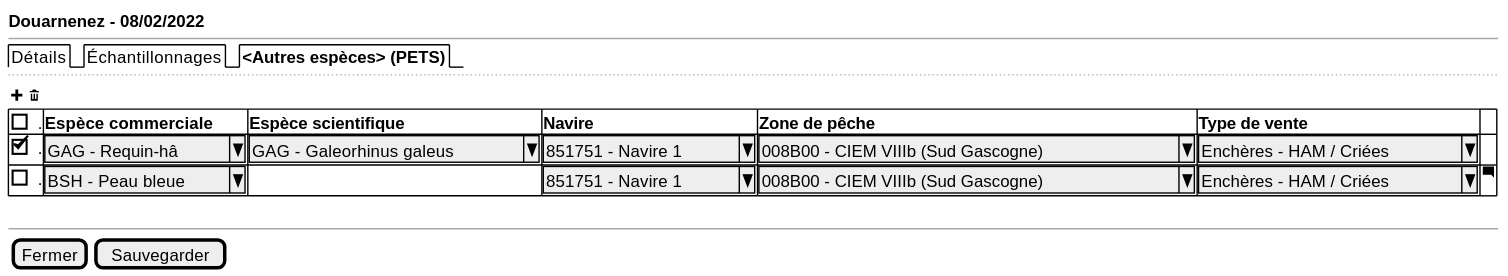
Above: projects/obsvente/spe/images/landings-others-table.svg in sumaris-net/sumaris-doc (PlantUML), before the change.
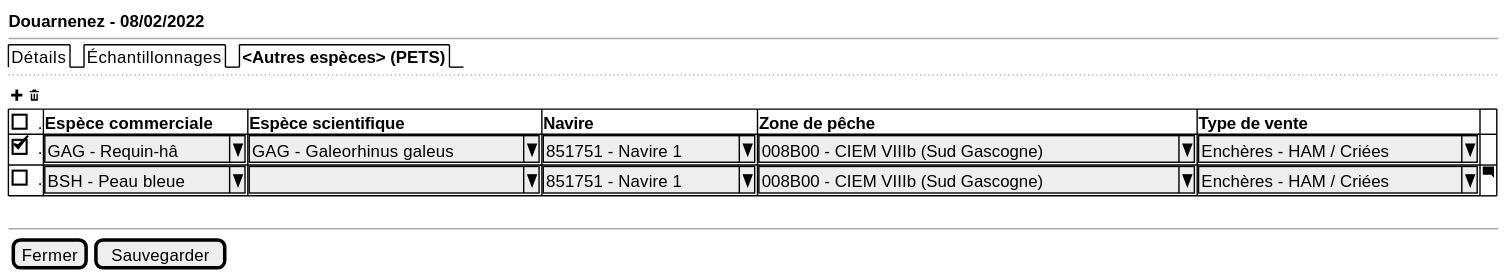
Later version of the same file.

The edit, as a diff of the source:
```diff
@@ -10,7 +10,7 @@
 
       [].| <b>Espèce commerciale | <b>Espèce scientifique  | <b>Navire | <b>Zone de pêche| <b>Type de vente | .
       [X]. | ^GAG - Requin-hâ ^ | ^GAG - Galeorhinus galeus^ | ^851751 - Navire 1^ | ^008B00 - CIEM VIIIb (Sud Gascogne)   ^ | ^Enchères - HAM / Criées^ | .
-      []. | ^BSH - Peau bleue^ | . | ^851751 - Navire 1^ | ^008B00 - CIEM VIIIb (Sud Gascogne)   ^ | ^Enchères - HAM / Criées^ | <&comment-square>
+      []. | ^BSH - Peau bleue^ | ^                        ^ | ^851751 - Navire 1^ | ^008B00 - CIEM VIIIb (Sud Gascogne)   ^ | ^Enchères - HAM / Criées^ | <&comment-square>
     }
     .
   --
```
